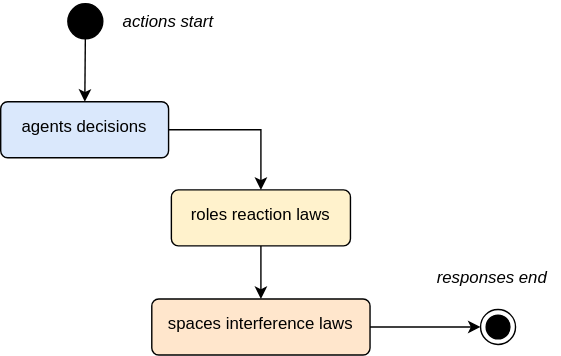
Above: docs/diagrams/dynamic_sequential_actions.drawio.svg in MalcomChumchouaPenda/MC-AB-SFC2 (draw.io), before the change. Source tidied: cells renumbered, new cells last; positions are measured from the earlier drawing's top-left corner, leaving out a move shared by most shapes.
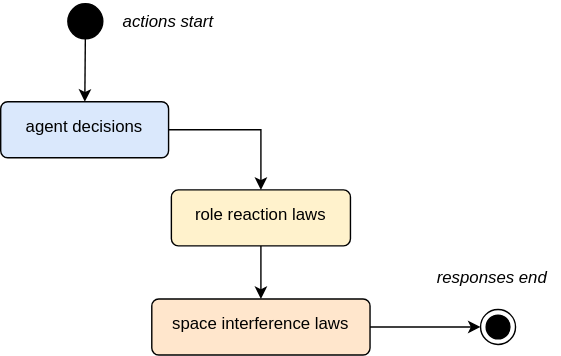
Above is the later version.

What changed in the source:
```diff
@@ -5,19 +5,19 @@
     <mxCell id="2" style="edgeStyle=orthogonalEdgeStyle;html=1;entryX=0.5;entryY=0;entryDx=0;entryDy=0;exitX=1;exitY=0.5;exitDx=0;exitDy=0;rounded=0;curved=0;" parent="1" edge="1" source="3" target="5">
       <mxGeometry relative="1" as="geometry" />
     </mxCell>
-    <mxCell id="3" value="agents decisions" style="html=1;align=center;verticalAlign=top;rounded=1;absoluteArcSize=1;arcSize=10;dashed=0;whiteSpace=wrap;spacingTop=4;fillColor=#dae8fc;strokeColor=#000000;" parent="1" vertex="1">
+    <mxCell id="3" value="agent decisions" style="html=1;align=center;verticalAlign=top;rounded=1;absoluteArcSize=1;arcSize=10;dashed=0;whiteSpace=wrap;spacingTop=4;fillColor=#dae8fc;strokeColor=#000000;" parent="1" vertex="1">
       <mxGeometry y="73" width="120" height="40" as="geometry" />
     </mxCell>
     <mxCell id="4" style="edgeStyle=none;html=1;entryX=0.5;entryY=0;entryDx=0;entryDy=0;" parent="1" edge="1" source="5" target="7">
       <mxGeometry relative="1" as="geometry" />
     </mxCell>
-    <mxCell id="5" value="roles reaction laws" style="html=1;align=center;verticalAlign=top;rounded=1;absoluteArcSize=1;arcSize=10;dashed=0;whiteSpace=wrap;spacingTop=4;fillColor=#fff2cc;strokeColor=#000000;" parent="1" vertex="1">
+    <mxCell id="5" value="role reaction laws" style="html=1;align=center;verticalAlign=top;rounded=1;absoluteArcSize=1;arcSize=10;dashed=0;whiteSpace=wrap;spacingTop=4;fillColor=#fff2cc;strokeColor=#000000;" parent="1" vertex="1">
       <mxGeometry x="122" y="136" width="128" height="40" as="geometry" />
     </mxCell>
     <mxCell id="6" style="edgeStyle=orthogonalEdgeStyle;html=1;entryX=0;entryY=0.5;entryDx=0;entryDy=0;exitX=1;exitY=0.5;exitDx=0;exitDy=0;rounded=0;curved=0;" parent="1" edge="1" source="7" target="10">
       <mxGeometry relative="1" as="geometry" />
     </mxCell>
-    <mxCell id="7" value="spaces interference laws" style="html=1;align=center;verticalAlign=top;rounded=1;absoluteArcSize=1;arcSize=10;dashed=0;whiteSpace=wrap;spacingTop=4;fillColor=#ffe6cc;strokeColor=#000000;" parent="1" vertex="1">
+    <mxCell id="7" value="space interference laws" style="html=1;align=center;verticalAlign=top;rounded=1;absoluteArcSize=1;arcSize=10;dashed=0;whiteSpace=wrap;spacingTop=4;fillColor=#ffe6cc;strokeColor=#000000;" parent="1" vertex="1">
       <mxGeometry x="108" y="214" width="156" height="40" as="geometry" />
     </mxCell>
     <mxCell id="8" style="edgeStyle=none;html=1;" parent="1" edge="1" source="9" target="3">
```
